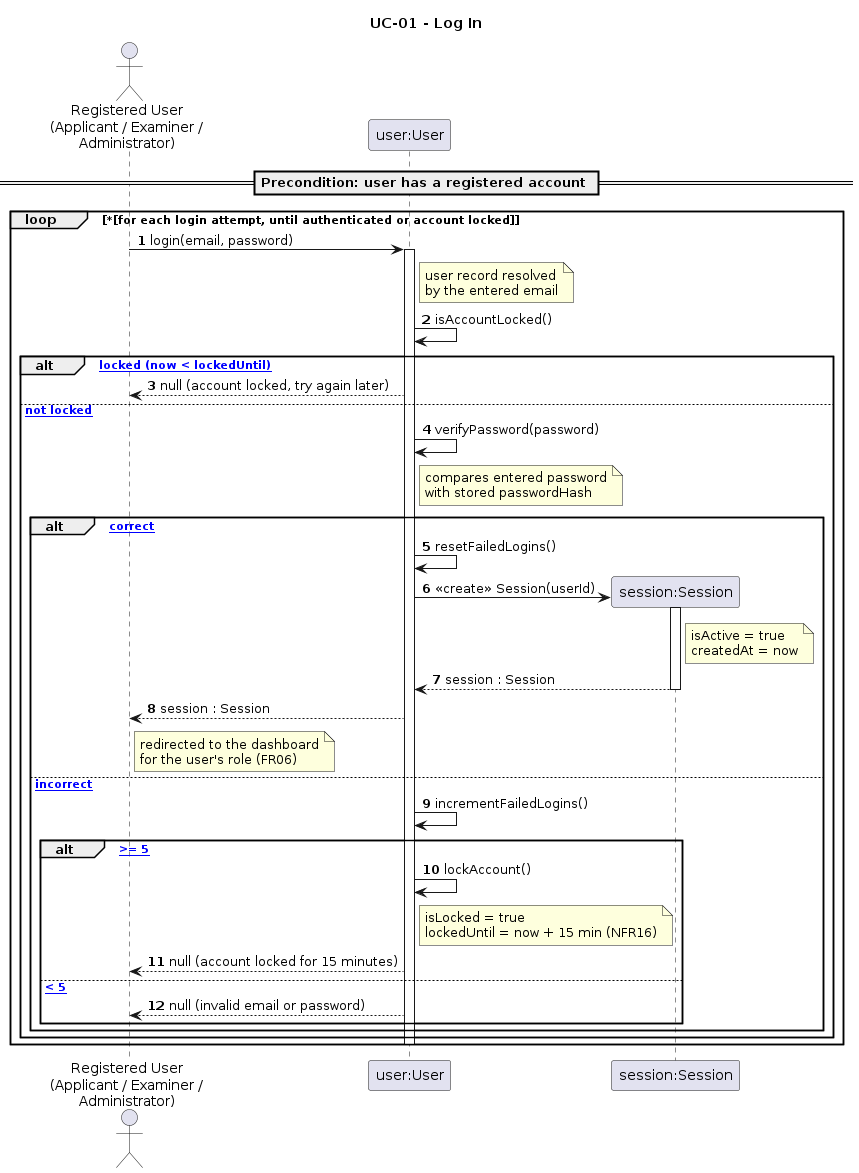
Earlier version of the PlantUML export Project/Behavioral_Modeling/Sequence_Diagrams/UC-01.png (COE420-Group8-F26/Driving-Test-Booking-and-Results-System). The source it was exported from:
```plantuml
@startuml
title UC-01 - Log In
autonumber

actor "Registered User\n(Applicant / Examiner /\nAdministrator)" as Actor
participant "user:User" as User

== Precondition: user has a registered account ==

loop *[for each login attempt, until authenticated or account locked]
  Actor -> User : login(email, password)
  activate User
  note right of User : user record resolved\nby the entered email

  User -> User : isAccountLocked()

  alt [account locked (now < lockedUntil)]
    User --> Actor : null (account locked, try again later)

  else [account not locked]
    User -> User : verifyPassword(password)
    note right of User : compares entered password\nwith stored passwordHash

    alt [password correct]
      User -> User : resetFailedLogins()

      create participant "session:Session" as Session
      User -> Session : <<create>> Session(userId)
      activate Session
      note right of Session : isActive = true\ncreatedAt = now
      Session --> User : session : Session
      deactivate Session

      User --> Actor : session : Session
      note right of Actor : redirected to the dashboard\nfor the user's role (FR06)

    else [password incorrect]
      User -> User : incrementFailedLogins()

      alt [failedLoginCount >= 5]
        User -> User : lockAccount()
        note right of User : isLocked = true\nlockedUntil = now + 15 min (NFR16)
        User --> Actor : null (account locked for 15 minutes)
      else [failedLoginCount < 5]
        User --> Actor : null (invalid email or password)
      end
    end
  end
  deactivate User
end
@enduml
```
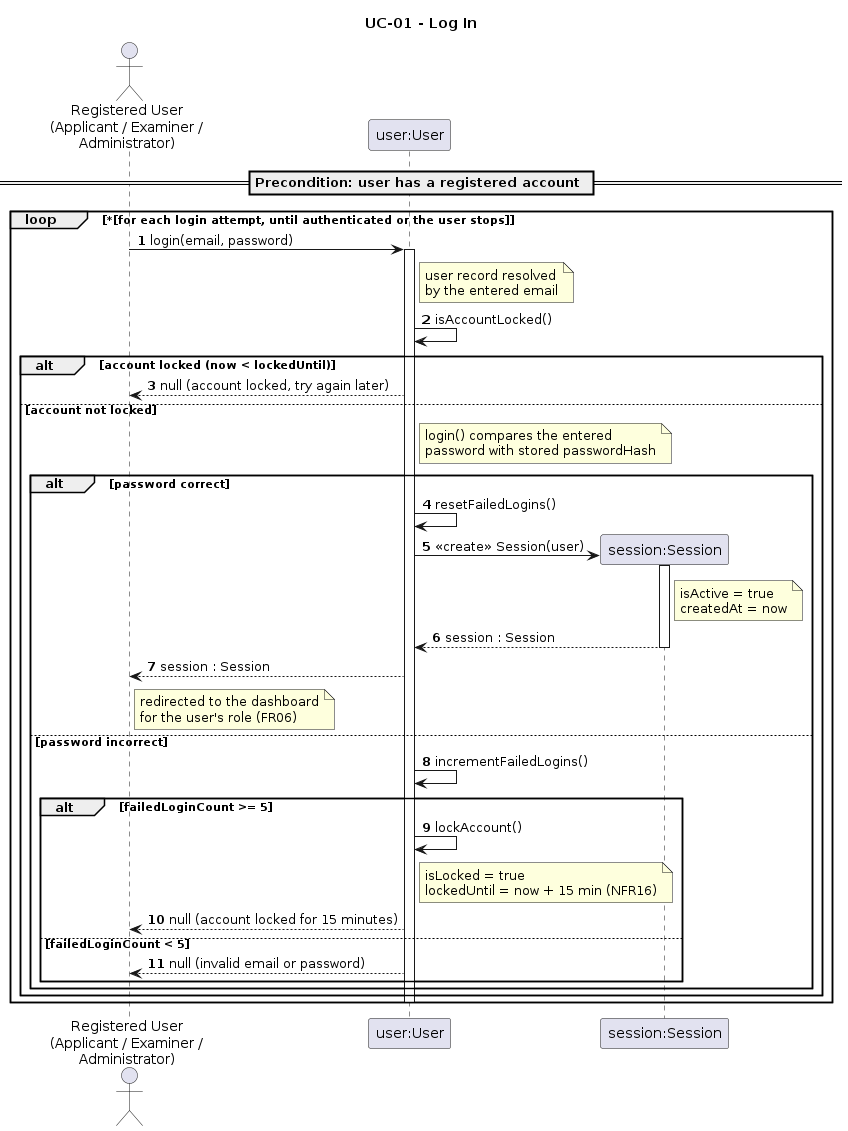
The same diagram one commit later.

Commit message:
Fix UC-01 activity and sequence diagrams per Lab 7 consistency check

Change to the diagram source:
```diff
@@ -7,25 +7,24 @@
 
 == Precondition: user has a registered account ==
 
-loop *[for each login attempt, until authenticated or account locked]
+loop *[for each login attempt, until authenticated or the user stops]
   Actor -> User : login(email, password)
   activate User
   note right of User : user record resolved\nby the entered email
 
   User -> User : isAccountLocked()
 
-  alt [account locked (now < lockedUntil)]
+  alt account locked (now < lockedUntil)
     User --> Actor : null (account locked, try again later)
 
-  else [account not locked]
-    User -> User : verifyPassword(password)
-    note right of User : compares entered password\nwith stored passwordHash
+  else account not locked
+    note right of User : login() compares the entered\npassword with stored passwordHash
 
-    alt [password correct]
+    alt password correct
       User -> User : resetFailedLogins()
 
       create participant "session:Session" as Session
-      User -> Session : <<create>> Session(userId)
+      User -> Session : <<create>> Session(user)
       activate Session
       note right of Session : isActive = true\ncreatedAt = now
       Session --> User : session : Session
@@ -34,14 +33,14 @@
       User --> Actor : session : Session
       note right of Actor : redirected to the dashboard\nfor the user's role (FR06)
 
-    else [password incorrect]
+    else password incorrect
       User -> User : incrementFailedLogins()
 
-      alt [failedLoginCount >= 5]
+      alt failedLoginCount >= 5
         User -> User : lockAccount()
         note right of User : isLocked = true\nlockedUntil = now + 15 min (NFR16)
         User --> Actor : null (account locked for 15 minutes)
-      else [failedLoginCount < 5]
+      else failedLoginCount < 5
         User --> Actor : null (invalid email or password)
       end
     end
```
